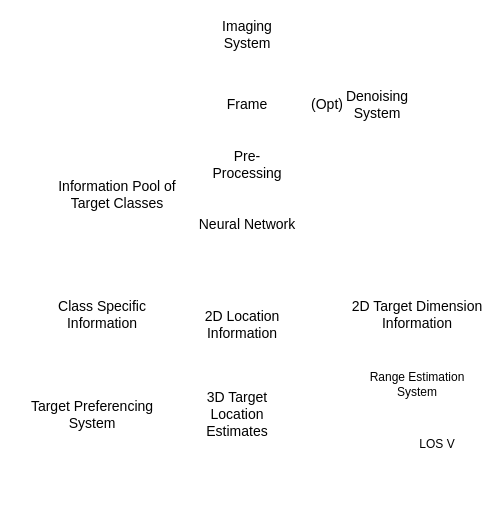
Before: Imaging-And-Estimation-System.drawio in jukkajo/satunnaista-tavaraa, a draw.io diagram. Source tidied: cells renumbered, new cells numbered last; positions are measured from the earlier drawing's top-left corner, leaving out a move shared by most shapes. Both pictures are drawn from the tidied source at 100%, with x=0, y=0 at pixel (17, 19).
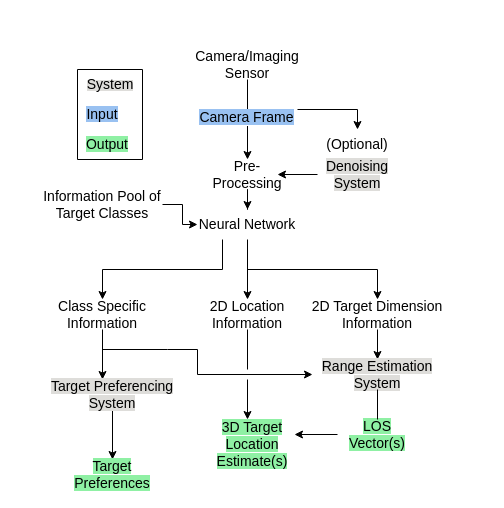
The same diagram, later.

Unchanged cells that the change refers to:
```xml
<mxCell id="8" value="&lt;font style=&quot;font-size: 14px;&quot;&gt;Neural Network&lt;br&gt;&lt;/font&gt;" style="text;html=1;align=center;verticalAlign=middle;whiteSpace=wrap;rounded=0;" parent="1" vertex="1">
  <mxGeometry x="180" y="190" width="100" height="30" as="geometry" />
</mxCell>
<mxCell id="9" value="&lt;font style=&quot;font-size: 14px;&quot;&gt;Class Specific Information&lt;/font&gt;" style="text;html=1;align=center;verticalAlign=middle;whiteSpace=wrap;rounded=0;" parent="1" vertex="1">
  <mxGeometry x="40" y="280" width="90" height="30" as="geometry" />
</mxCell>
```

Change to the diagram source:
```diff
@@
+    <mxCell id="16" style="edgeStyle=orthogonalEdgeStyle;rounded=0;jettySize=auto;html=1;" parent="1" edge="1" source="2" target="6">
+      <mxGeometry relative="1" as="geometry" />
+    </mxCell>
+    <mxCell id="17" value="&lt;font style=&quot;font-size: 14px; background-color: rgb(153, 193, 241);&quot;&gt;Camera Frame&lt;/font&gt;" style="edgeLabel;html=1;align=center;verticalAlign=middle;" parent="16" vertex="1">
+      <mxGeometry x="-0.07" y="-2" relative="1" as="geometry" />
+    </mxCell>
-    <mxCell id="2" value="&lt;font style=&quot;font-size: 14px;&quot;&gt;Imaging System&lt;/font&gt;" style="text;html=1;align=center;verticalAlign=middle;whiteSpace=wrap;rounded=0;" parent="1" vertex="1">
-      <mxGeometry x="200" width="60" height="30" as="geometry" />
+    <mxCell id="2" value="&lt;font style=&quot;font-size: 14px;&quot;&gt;Camera/Imaging Sensor&lt;/font&gt;" style="text;html=1;align=center;verticalAlign=middle;whiteSpace=wrap;rounded=0;" parent="1" vertex="1">
+      <mxGeometry x="175" y="30" width="110" height="30" as="geometry" />
     </mxCell>
-    <mxCell id="3" value="&lt;font style=&quot;font-size: 14px;&quot;&gt;Frame&lt;/font&gt;" style="text;html=1;align=center;verticalAlign=middle;whiteSpace=wrap;rounded=0;" parent="1" vertex="1">
-      <mxGeometry x="200" y="70" width="60" height="30" as="geometry" />
-    </mxCell>
-    <mxCell id="4" value="&lt;font style=&quot;font-size: 14px;&quot;&gt;Denoising System&lt;/font&gt;" style="text;html=1;align=center;verticalAlign=middle;whiteSpace=wrap;rounded=0;" parent="1" vertex="1">
-      <mxGeometry x="330" y="70" width="60" height="30" as="geometry" />
+    <mxCell id="4" value="&lt;font style=&quot;font-size: 14px; background-color: rgb(222, 221, 218);&quot;&gt;Denoising System&lt;/font&gt;" style="text;html=1;align=center;verticalAlign=middle;whiteSpace=wrap;rounded=0;" parent="1" vertex="1">
+      <mxGeometry x="310" y="140" width="60" height="30" as="geometry" />
     </mxCell>
-    <mxCell id="5" value="&lt;font style=&quot;font-size: 14px;&quot;&gt;(Opt)&lt;/font&gt;" style="text;html=1;align=center;verticalAlign=middle;whiteSpace=wrap;rounded=0;" parent="1" vertex="1">
-      <mxGeometry x="280" y="70" width="60" height="30" as="geometry" />
+    <mxCell id="5" value="&lt;font style=&quot;font-size: 14px;&quot;&gt;(Optional)&lt;/font&gt;" style="text;html=1;align=center;verticalAlign=middle;whiteSpace=wrap;rounded=0;" parent="1" vertex="1">
+      <mxGeometry x="310" y="110" width="60" height="30" as="geometry" />
     </mxCell>
+    <mxCell id="18" style="edgeStyle=orthogonalEdgeStyle;rounded=0;jettySize=auto;html=1;" parent="1" edge="1" source="6" target="8">
+      <mxGeometry relative="1" as="geometry" />
+    </mxCell>
     <mxCell id="6" value="&lt;font style=&quot;font-size: 14px;&quot;&gt;Pre-Processing&lt;/font&gt;" style="text;html=1;align=center;verticalAlign=middle;whiteSpace=wrap;rounded=0;" parent="1" vertex="1">
-      <mxGeometry x="200" y="130" width="60" height="30" as="geometry" />
+      <mxGeometry x="200" y="140" width="60" height="30" as="geometry" />
     </mxCell>
+    <mxCell id="19" style="edgeStyle=orthogonalEdgeStyle;rounded=0;jettySize=auto;html=1;entryX=0;entryY=0.5;entryDx=0;entryDy=0;" parent="1" edge="1" source="7" target="8">
+      <mxGeometry relative="1" as="geometry" />
+    </mxCell>
     <mxCell id="7" value="&lt;font style=&quot;font-size: 14px;&quot;&gt;&lt;font style=&quot;font-size: 14px;&quot;&gt;Information Pool of &lt;/font&gt;&lt;/font&gt;&lt;font style=&quot;font-size: 14px;&quot;&gt;Target&lt;font style=&quot;font-size: 14px;&quot;&gt; Classes &lt;/font&gt;&lt;/font&gt;" style="text;html=1;align=center;verticalAlign=middle;whiteSpace=wrap;rounded=0;" parent="1" vertex="1">
-      <mxGeometry x="40" y="160" width="120" height="30" as="geometry" />
+      <mxGeometry x="25" y="170" width="120" height="30" as="geometry" />
     </mxCell>
+    <mxCell id="20" style="edgeStyle=orthogonalEdgeStyle;rounded=0;jettySize=auto;html=1;exitX=0.25;exitY=1;exitDx=0;exitDy=0;entryX=0.5;entryY=0;entryDx=0;entryDy=0;" parent="1" edge="1" source="8" target="9">
+      <mxGeometry relative="1" as="geometry" />
+    </mxCell>
+    <mxCell id="21" style="edgeStyle=orthogonalEdgeStyle;rounded=0;jettySize=auto;html=1;entryX=0.5;entryY=0;entryDx=0;entryDy=0;" parent="1" edge="1" source="8" target="10">
+      <mxGeometry relative="1" as="geometry" />
+    </mxCell>
@@
+    <mxCell id="22" style="edgeStyle=orthogonalEdgeStyle;rounded=0;jettySize=auto;html=1;" parent="1" edge="1" source="9" target="12">
+      <mxGeometry relative="1" as="geometry">
+        <Array as="points">
+          <mxPoint x="90" y="360" />
+          <mxPoint x="90" y="360" />
+        </Array>
+      </mxGeometry>
+    </mxCell>
@@
     <mxCell id="10" value="&lt;font style=&quot;font-size: 14px;&quot;&gt;2D Location Information&lt;br&gt;&lt;/font&gt;" style="text;html=1;align=center;verticalAlign=middle;whiteSpace=wrap;rounded=0;" parent="1" vertex="1">
-      <mxGeometry x="180" y="290" width="90" height="30" as="geometry" />
+      <mxGeometry x="185" y="280" width="90" height="30" as="geometry" />
     </mxCell>
+    <mxCell id="23" style="edgeStyle=orthogonalEdgeStyle;rounded=0;jettySize=auto;html=1;" parent="1" edge="1" source="11" target="14">
+      <mxGeometry relative="1" as="geometry" />
+    </mxCell>
     <mxCell id="11" value="&lt;font style=&quot;font-size: 14px;&quot;&gt;2D Target Dimension Information&lt;/font&gt;" style="text;html=1;align=center;verticalAlign=middle;whiteSpace=wrap;rounded=0;" parent="1" vertex="1">
-      <mxGeometry x="330" y="280" width="140" height="30" as="geometry" />
+      <mxGeometry x="290" y="280" width="140" height="30" as="geometry" />
     </mxCell>
+    <mxCell id="24" style="edgeStyle=orthogonalEdgeStyle;rounded=0;jettySize=auto;html=1;" parent="1" edge="1" source="12" target="25">
+      <mxGeometry relative="1" as="geometry" />
+    </mxCell>
-    <mxCell id="12" value="&lt;div style=&quot;font-size: 14px;&quot;&gt;&lt;font style=&quot;font-size: 14px;&quot;&gt;Target Preferencing&lt;/font&gt;&lt;/div&gt;&lt;div style=&quot;font-size: 14px;&quot;&gt;&lt;font style=&quot;font-size: 14px;&quot;&gt;&lt;font style=&quot;font-size: 14px;&quot;&gt;System&lt;/font&gt;&lt;br&gt;&lt;/font&gt;&lt;/div&gt;" style="text;html=1;align=center;verticalAlign=middle;whiteSpace=wrap;rounded=0;" parent="1" vertex="1">
-      <mxGeometry y="380" width="150" height="30" as="geometry" />
+    <mxCell id="12" value="&lt;div style=&quot;font-size: 14px;&quot;&gt;&lt;font style=&quot;font-size: 14px; background-color: rgb(222, 221, 218);&quot;&gt;Target Preferencing&lt;/font&gt;&lt;/div&gt;&lt;div style=&quot;font-size: 14px;&quot;&gt;&lt;font style=&quot;font-size: 14px; background-color: rgb(222, 221, 218);&quot;&gt;&lt;font style=&quot;font-size: 14px;&quot;&gt;System&lt;/font&gt;&lt;br&gt;&lt;/font&gt;&lt;/div&gt;" style="text;html=1;align=center;verticalAlign=middle;whiteSpace=wrap;rounded=0;" parent="1" vertex="1">
+      <mxGeometry x="20" y="360" width="150" height="30" as="geometry" />
     </mxCell>
-    <mxCell id="13" value="&lt;font style=&quot;font-size: 14px;&quot;&gt;3D Target Location Estimates&lt;br&gt;&lt;/font&gt;" style="text;html=1;align=center;verticalAlign=middle;whiteSpace=wrap;rounded=0;" parent="1" vertex="1">
-      <mxGeometry x="170" y="380" width="100" height="30" as="geometry" />
+    <mxCell id="13" value="&lt;font style=&quot;font-size: 14px; background-color: rgb(143, 240, 164);&quot;&gt;3D Target Location Estimate(s)&lt;br&gt;&lt;/font&gt;" style="text;html=1;align=center;verticalAlign=middle;whiteSpace=wrap;rounded=0;" parent="1" vertex="1">
+      <mxGeometry x="185" y="410" width="100" height="30" as="geometry" />
     </mxCell>
-    <mxCell id="14" value="Range Estimation System" style="text;html=1;align=center;verticalAlign=middle;whiteSpace=wrap;rounded=0;" parent="1" vertex="1">
-      <mxGeometry x="350" y="350" width="100" height="30" as="geometry" />
+    <mxCell id="14" value="&lt;font style=&quot;font-size: 14px; background-color: rgb(222, 221, 218);&quot;&gt;Range Estimation System&lt;/font&gt;" style="text;html=1;align=center;verticalAlign=middle;whiteSpace=wrap;rounded=0;" parent="1" vertex="1">
+      <mxGeometry x="295" y="340" width="130" height="30" as="geometry" />
     </mxCell>
-    <mxCell id="15" value="LOS V" style="text;html=1;align=center;verticalAlign=middle;whiteSpace=wrap;rounded=0;" parent="1" vertex="1">
-      <mxGeometry x="390" y="410" width="60" height="30" as="geometry" />
+    <mxCell id="15" value="&lt;font style=&quot;font-size: 14px; background-color: rgb(143, 240, 164);&quot;&gt;LOS Vector(s)&lt;br&gt;&lt;/font&gt;" style="text;html=1;align=center;verticalAlign=middle;whiteSpace=wrap;rounded=0;" parent="1" vertex="1">
+      <mxGeometry x="320" y="400" width="80" height="30" as="geometry" />
     </mxCell>
+    <mxCell id="25" value="&lt;font style=&quot;font-size: 14px; background-color: rgb(143, 240, 164);&quot;&gt;Target Preferences&lt;br&gt;&lt;/font&gt;" style="text;html=1;align=center;verticalAlign=middle;whiteSpace=wrap;rounded=0;" parent="1" vertex="1">
+      <mxGeometry x="65" y="440" width="60" height="30" as="geometry" />
+    </mxCell>
+    <mxCell id="26" style="endArrow=classic;html=1;rounded=0;entryX=0.5;entryY=0;entryDx=0;entryDy=0;" parent="1" edge="1" target="5">
+      <mxGeometry relative="1" as="geometry">
+        <mxPoint x="280" y="90" as="sourcePoint" />
+        <Array as="points">
+          <mxPoint x="340" y="90" />
+        </Array>
+      </mxGeometry>
+    </mxCell>
+    <mxCell id="27" style="endArrow=classic;html=1;rounded=0;entryX=1;entryY=0.5;entryDx=0;entryDy=0;" parent="1" edge="1" target="6">
+      <mxGeometry relative="1" as="geometry">
+        <mxPoint x="300" y="155" as="sourcePoint" />
+      </mxGeometry>
+    </mxCell>
+    <mxCell id="28" style="endArrow=classic;html=1;rounded=0;entryX=0.5;entryY=0;entryDx=0;entryDy=0;" parent="1" edge="1" target="11">
+      <mxGeometry relative="1" as="geometry">
+        <mxPoint x="230" y="250" as="sourcePoint" />
+        <Array as="points">
+          <mxPoint x="360" y="250" />
+        </Array>
+      </mxGeometry>
+    </mxCell>
+    <mxCell id="29" style="endArrow=classic;html=1;rounded=0;entryX=0;entryY=0.5;entryDx=0;entryDy=0;" parent="1" edge="1" target="14">
+      <mxGeometry relative="1" as="geometry">
+        <mxPoint x="85" y="330" as="sourcePoint" />
+        <Array as="points">
+          <mxPoint x="150" y="330" />
+          <mxPoint x="180" y="330" />
+          <mxPoint x="180" y="355" />
+        </Array>
+      </mxGeometry>
+    </mxCell>
+    <mxCell id="30" style="endArrow=none;html=1;rounded=0;entryX=0.5;entryY=1;entryDx=0;entryDy=0;" parent="1" edge="1" target="10">
+      <mxGeometry relative="1" as="geometry">
+        <mxPoint x="230" y="350" as="sourcePoint" />
+      </mxGeometry>
+    </mxCell>
+    <mxCell id="31" style="endArrow=classic;html=1;rounded=0;" parent="1" edge="1">
+      <mxGeometry relative="1" as="geometry">
+        <mxPoint x="230" y="360" as="sourcePoint" />
+        <mxPoint x="230" y="400" as="targetPoint" />
+      </mxGeometry>
+    </mxCell>
+    <mxCell id="32" style="endArrow=none;html=1;rounded=0;entryX=0.5;entryY=1;entryDx=0;entryDy=0;exitX=0.5;exitY=0;exitDx=0;exitDy=0;" parent="1" edge="1" source="15" target="14">
+      <mxGeometry relative="1" as="geometry" />
+    </mxCell>
+    <mxCell id="33" style="endArrow=classic;html=1;rounded=0;exitX=0;exitY=0.5;exitDx=0;exitDy=0;" parent="1" edge="1" source="15">
+      <mxGeometry relative="1" as="geometry">
+        <mxPoint x="277" y="415" as="targetPoint" />
+      </mxGeometry>
+    </mxCell>
+    <mxCell id="34" value="&lt;font style=&quot;font-size: 14px; background-color: rgb(153, 193, 241);&quot;&gt;Input&lt;/font&gt;" style="text;html=1;align=center;verticalAlign=middle;whiteSpace=wrap;rounded=0;" parent="1" vertex="1">
+      <mxGeometry x="55" y="80" width="60" height="30" as="geometry" />
+    </mxCell>
+    <mxCell id="35" value="&lt;font style=&quot;font-size: 14px; background-color: rgb(143, 240, 164);&quot;&gt;Output&lt;/font&gt;" style="text;html=1;align=center;verticalAlign=middle;whiteSpace=wrap;rounded=0;" parent="1" vertex="1">
+      <mxGeometry x="60" y="110" width="60" height="30" as="geometry" />
+    </mxCell>
+    <mxCell id="36" style="swimlane;startSize=0;" parent="1" vertex="1">
+      <mxGeometry x="60" y="50" width="65" height="90" as="geometry" />
+    </mxCell>
+    <mxCell id="37" value="&lt;font style=&quot;background-color: rgb(222, 221, 218);&quot; size=&quot;1&quot;&gt;&lt;span style=&quot;font-size: 14px;&quot;&gt;System&lt;/span&gt;&lt;/font&gt;" style="text;html=1;align=center;verticalAlign=middle;whiteSpace=wrap;rounded=0;" parent="36" vertex="1">
+      <mxGeometry x="2.5" width="60" height="30" as="geometry" />
+    </mxCell>
```
